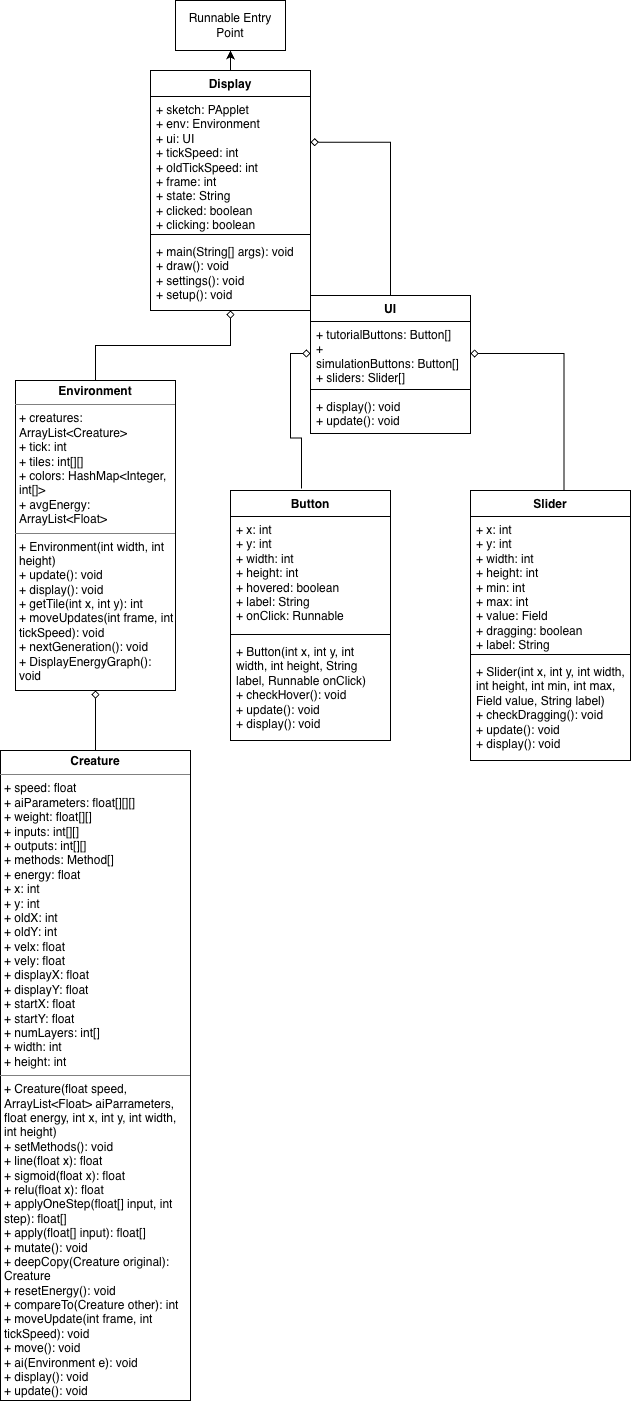
Above: docs/UML.png in Jonwu25/AdvProgrammingIndvProject (draw.io), before the change. Source tidied: cells renumbered, new cells last; positions are measured from the earlier drawing's top-left corner, leaving out a move shared by most shapes.
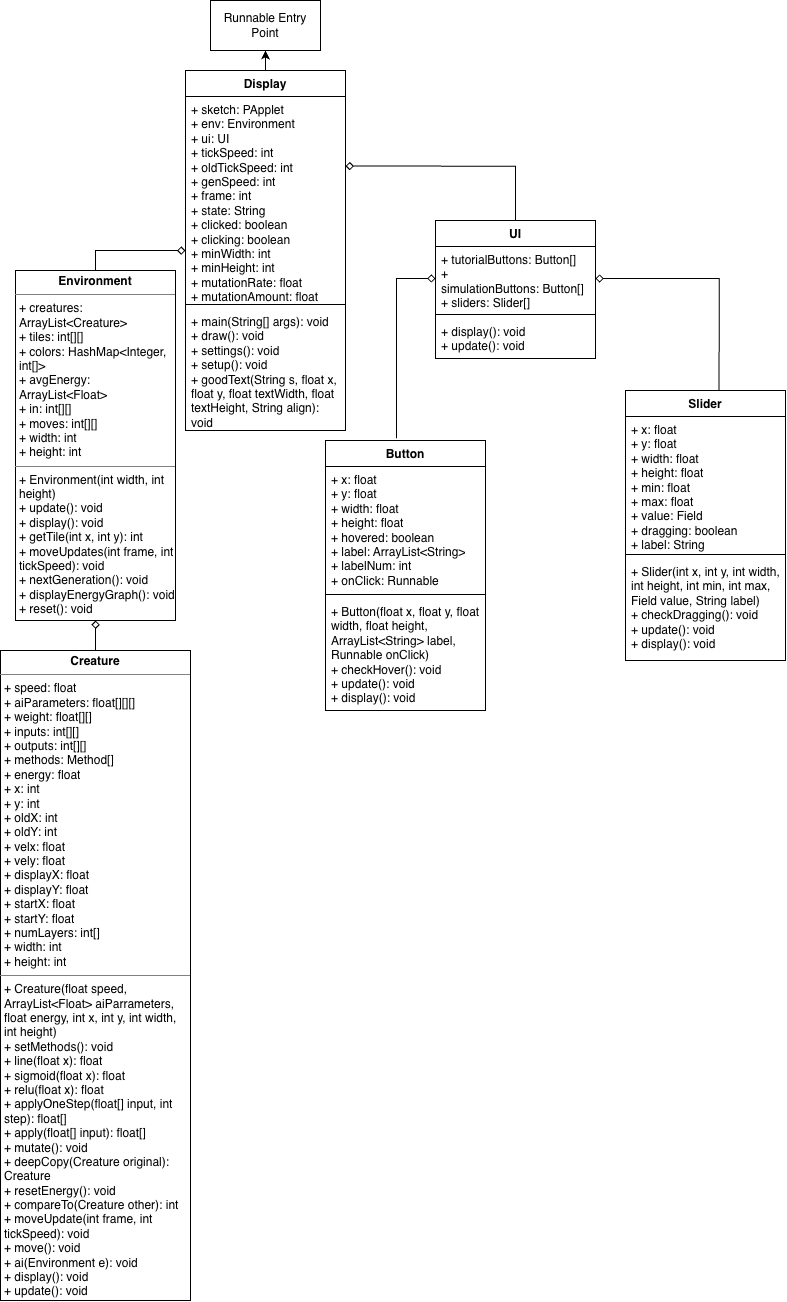
Above is the later version.

What changed in the source:
```diff
@@ -3,34 +3,34 @@
     <mxCell id="0" />
     <mxCell id="1" parent="0" />
     <mxCell id="2" value="Runnable Entry Point" style="html=1;whiteSpace=wrap;" parent="1" vertex="1">
-      <mxGeometry x="175" width="110" height="50" as="geometry" />
+      <mxGeometry x="175" y="-30" width="110" height="50" as="geometry" />
     </mxCell>
     <mxCell id="3" style="edgeStyle=orthogonalEdgeStyle;rounded=0;jettySize=auto;html=1;exitX=0.5;exitY=0;exitDx=0;exitDy=0;endArrow=diamond;endFill=0;" parent="1" edge="1" source="4" target="7">
       <mxGeometry relative="1" as="geometry" />
     </mxCell>
-    <mxCell id="4" value="&lt;p style=&quot;margin:0px;margin-top:4px;text-align:center;&quot;&gt;&lt;b&gt;Environment&lt;/b&gt;&lt;/p&gt;&lt;hr size=&quot;1&quot; style=&quot;border-style:solid;&quot;&gt;&lt;p style=&quot;margin:0px;margin-left:4px;&quot;&gt;+ creatures: ArrayList&amp;lt;Creature&amp;gt;&lt;/p&gt;&lt;p style=&quot;margin:0px;margin-left:4px;&quot;&gt;+ tick: int&lt;/p&gt;&lt;p style=&quot;margin:0px;margin-left:4px;&quot;&gt;+ tiles: int[][]&lt;/p&gt;&lt;p style=&quot;margin:0px;margin-left:4px;&quot;&gt;+ colors: HashMap&amp;lt;Integer, int[]&amp;gt;&lt;/p&gt;&lt;p style=&quot;margin:0px;margin-left:4px;&quot;&gt;+ avgEnergy: ArrayList&amp;lt;Float&amp;gt;&lt;/p&gt;&lt;hr size=&quot;1&quot; style=&quot;border-style:solid;&quot;&gt;&lt;p style=&quot;margin:0px;margin-left:4px;&quot;&gt;+ Environment(int width, int height)&lt;/p&gt;&lt;p style=&quot;margin:0px;margin-left:4px;&quot;&gt;+ update(): void&lt;/p&gt;&lt;p style=&quot;margin:0px;margin-left:4px;&quot;&gt;+ display(): void&lt;/p&gt;&lt;p style=&quot;margin:0px;margin-left:4px;&quot;&gt;+ getTile(int x, int y): int&lt;/p&gt;&lt;p style=&quot;margin:0px;margin-left:4px;&quot;&gt;+ moveUpdates(int frame, int tickSpeed): void&lt;/p&gt;&lt;p style=&quot;margin:0px;margin-left:4px;&quot;&gt;+ nextGeneration(): void&lt;/p&gt;&lt;p style=&quot;margin:0px;margin-left:4px;&quot;&gt;+ DisplayEnergyGraph(): void&lt;/p&gt;" style="verticalAlign=top;align=left;overflow=fill;html=1;whiteSpace=wrap;" parent="1" vertex="1">
-      <mxGeometry x="15" y="380" width="160" height="310" as="geometry" />
+    <mxCell id="4" value="&lt;p style=&quot;margin:0px;margin-top:4px;text-align:center;&quot;&gt;&lt;b&gt;Environment&lt;/b&gt;&lt;/p&gt;&lt;hr size=&quot;1&quot; style=&quot;border-style:solid;&quot;&gt;&lt;p style=&quot;margin:0px;margin-left:4px;&quot;&gt;+ creatures: ArrayList&amp;lt;Creature&amp;gt;&lt;/p&gt;&lt;p style=&quot;margin:0px;margin-left:4px;&quot;&gt;+ tiles: int[][]&lt;/p&gt;&lt;p style=&quot;margin:0px;margin-left:4px;&quot;&gt;+ colors: HashMap&amp;lt;Integer, int[]&amp;gt;&lt;/p&gt;&lt;p style=&quot;margin:0px;margin-left:4px;&quot;&gt;+ avgEnergy: ArrayList&amp;lt;Float&amp;gt;&lt;/p&gt;&lt;p style=&quot;margin:0px;margin-left:4px;&quot;&gt;+ in: int[][]&lt;/p&gt;&lt;p style=&quot;margin:0px;margin-left:4px;&quot;&gt;+ moves: int[][]&lt;/p&gt;&lt;p style=&quot;margin:0px;margin-left:4px;&quot;&gt;+ width: int&lt;/p&gt;&lt;p style=&quot;margin:0px;margin-left:4px;&quot;&gt;+ height: int&lt;/p&gt;&lt;hr size=&quot;1&quot; style=&quot;border-style:solid;&quot;&gt;&lt;p style=&quot;margin:0px;margin-left:4px;&quot;&gt;+ Environment(int width, int height)&lt;/p&gt;&lt;p style=&quot;margin:0px;margin-left:4px;&quot;&gt;+ update(): void&lt;/p&gt;&lt;p style=&quot;margin:0px;margin-left:4px;&quot;&gt;+ display(): void&lt;/p&gt;&lt;p style=&quot;margin:0px;margin-left:4px;&quot;&gt;+ getTile(int x, int y): int&lt;/p&gt;&lt;p style=&quot;margin:0px;margin-left:4px;&quot;&gt;+ moveUpdates(int frame, int tickSpeed): void&lt;/p&gt;&lt;p style=&quot;margin:0px;margin-left:4px;&quot;&gt;+ nextGeneration(): void&lt;/p&gt;&lt;p style=&quot;margin:0px;margin-left:4px;&quot;&gt;+ displayEnergyGraph(): void&lt;/p&gt;&lt;p style=&quot;margin:0px;margin-left:4px;&quot;&gt;+ reset(): void&lt;/p&gt;" style="verticalAlign=top;align=left;overflow=fill;html=1;whiteSpace=wrap;" parent="1" vertex="1">
+      <mxGeometry x="-20" y="240" width="160" height="350" as="geometry" />
     </mxCell>
     <mxCell id="5" style="edgeStyle=orthogonalEdgeStyle;rounded=0;jettySize=auto;html=1;exitX=0.5;exitY=0;exitDx=0;exitDy=0;endArrow=diamond;endFill=0;" parent="1" edge="1" source="6" target="4">
       <mxGeometry relative="1" as="geometry" />
     </mxCell>
     <mxCell id="6" value="&lt;p style=&quot;margin:0px;margin-top:4px;text-align:center;&quot;&gt;&lt;b&gt;Creature&lt;/b&gt;&lt;/p&gt;&lt;hr size=&quot;1&quot; style=&quot;border-style:solid;&quot;&gt;&lt;p style=&quot;margin:0px;margin-left:4px;&quot;&gt;+ speed: float&lt;/p&gt;&lt;p style=&quot;margin:0px;margin-left:4px;&quot;&gt;+ aiParameters: float[][][]&lt;/p&gt;&lt;p style=&quot;margin:0px;margin-left:4px;&quot;&gt;+ weight: float[][]&lt;/p&gt;&lt;p style=&quot;margin:0px;margin-left:4px;&quot;&gt;+ inputs: int[][]&lt;/p&gt;&lt;p style=&quot;margin:0px;margin-left:4px;&quot;&gt;+ outputs: int[][]&lt;/p&gt;&lt;p style=&quot;margin:0px;margin-left:4px;&quot;&gt;+ methods: Method[]&lt;/p&gt;&lt;p style=&quot;margin:0px;margin-left:4px;&quot;&gt;+ energy: float&lt;/p&gt;&lt;p style=&quot;margin:0px;margin-left:4px;&quot;&gt;+ x: int&lt;/p&gt;&lt;p style=&quot;margin:0px;margin-left:4px;&quot;&gt;+ y: int&lt;/p&gt;&lt;p style=&quot;margin:0px;margin-left:4px;&quot;&gt;+ oldX: int&lt;/p&gt;&lt;p style=&quot;margin:0px;margin-left:4px;&quot;&gt;+ oldY: int&lt;/p&gt;&lt;p style=&quot;margin:0px;margin-left:4px;&quot;&gt;+ velx: float&lt;/p&gt;&lt;p style=&quot;margin:0px;margin-left:4px;&quot;&gt;+ vely: float&lt;/p&gt;&lt;p style=&quot;margin:0px;margin-left:4px;&quot;&gt;+ displayX: float&lt;/p&gt;&lt;p style=&quot;margin:0px;margin-left:4px;&quot;&gt;+ displayY: float&lt;/p&gt;&lt;p style=&quot;margin:0px;margin-left:4px;&quot;&gt;+ startX: float&lt;/p&gt;&lt;p style=&quot;margin:0px;margin-left:4px;&quot;&gt;+ startY: float&lt;/p&gt;&lt;p style=&quot;margin:0px;margin-left:4px;&quot;&gt;+ numLayers: int[]&lt;/p&gt;&lt;p style=&quot;margin:0px;margin-left:4px;&quot;&gt;+ width: int&lt;/p&gt;&lt;p style=&quot;margin:0px;margin-left:4px;&quot;&gt;+ height: int&lt;/p&gt;&lt;hr size=&quot;1&quot; style=&quot;border-style:solid;&quot;&gt;&lt;p style=&quot;margin:0px;margin-left:4px;&quot;&gt;+ Creature(float speed, ArrayList&amp;lt;Float&amp;gt; aiParrameters, float energy, int x, int y, int width, int height)&lt;/p&gt;&lt;p style=&quot;margin:0px;margin-left:4px;&quot;&gt;+ setMethods(): void&lt;/p&gt;&lt;p style=&quot;margin:0px;margin-left:4px;&quot;&gt;+ line(float x): float&lt;/p&gt;&lt;p style=&quot;margin:0px;margin-left:4px;&quot;&gt;+ sigmoid(float x): float&lt;/p&gt;&lt;p style=&quot;margin:0px;margin-left:4px;&quot;&gt;+ relu(float x): float&lt;/p&gt;&lt;p style=&quot;margin:0px;margin-left:4px;&quot;&gt;+ applyOneStep(float[] input, int step): float[]&lt;/p&gt;&lt;p style=&quot;margin:0px;margin-left:4px;&quot;&gt;+ apply(float[] input): float[]&lt;/p&gt;&lt;p style=&quot;margin:0px;margin-left:4px;&quot;&gt;+ mutate(): void&lt;/p&gt;&lt;p style=&quot;margin:0px;margin-left:4px;&quot;&gt;+ deepCopy(Creature original): Creature&lt;/p&gt;&lt;p style=&quot;margin:0px;margin-left:4px;&quot;&gt;+ resetEnergy(): void&lt;/p&gt;&lt;p style=&quot;margin:0px;margin-left:4px;&quot;&gt;+ compareTo(Creature other): int&lt;/p&gt;&lt;p style=&quot;margin:0px;margin-left:4px;&quot;&gt;+ moveUpdate(int frame, int tickSpeed): void&lt;/p&gt;&lt;p style=&quot;margin:0px;margin-left:4px;&quot;&gt;+ move(): void&lt;/p&gt;&lt;p style=&quot;margin:0px;margin-left:4px;&quot;&gt;+ ai(Environment e): void&lt;/p&gt;&lt;p style=&quot;margin:0px;margin-left:4px;&quot;&gt;+ display(): void&lt;br&gt;+ update(): void&lt;/p&gt;" style="verticalAlign=top;align=left;overflow=fill;html=1;whiteSpace=wrap;" parent="1" vertex="1">
-      <mxGeometry y="750" width="190" height="650" as="geometry" />
+      <mxGeometry x="-35" y="620" width="190" height="650" as="geometry" />
     </mxCell>
     <mxCell id="7" value="Display" style="swimlane;fontStyle=1;align=center;verticalAlign=top;horizontal=1;startSize=26;whiteSpace=wrap;html=1;" parent="1" vertex="1">
-      <mxGeometry x="150" y="70" width="160" height="240" as="geometry" />
+      <mxGeometry x="150" y="40" width="160" height="360" as="geometry" />
     </mxCell>
-    <mxCell id="8" value="&lt;div&gt;+ sketch: PApplet&lt;/div&gt;+ env: Environment&lt;div&gt;+ ui: UI&lt;/div&gt;&lt;div&gt;+ tickSpeed: int&lt;/div&gt;&lt;div&gt;+ oldTickSpeed: int&lt;/div&gt;&lt;div&gt;+ frame: int&lt;/div&gt;&lt;div&gt;+ state: String&lt;/div&gt;&lt;div&gt;+ clicked: boolean&lt;/div&gt;&lt;div&gt;+ clicking: boolean&lt;/div&gt;" style="text;strokeColor=none;fillColor=none;align=left;verticalAlign=top;spacingLeft=4;spacingRight=4;overflow=hidden;points=[[0,0.5],[1,0.5]];portConstraint=eastwest;whiteSpace=wrap;html=1;" parent="7" vertex="1">
-      <mxGeometry y="26" width="160" height="134" as="geometry" />
+    <mxCell id="8" value="&lt;div&gt;+ sketch: PApplet&lt;/div&gt;+ env: Environment&lt;div&gt;+ ui: UI&lt;/div&gt;&lt;div&gt;+ tickSpeed: int&lt;/div&gt;&lt;div&gt;+ oldTickSpeed: int&lt;/div&gt;&lt;div&gt;+ genSpeed: int&lt;/div&gt;&lt;div&gt;+ frame: int&lt;/div&gt;&lt;div&gt;+ state: String&lt;/div&gt;&lt;div&gt;+ clicked: boolean&lt;/div&gt;&lt;div&gt;+ clicking: boolean&lt;/div&gt;&lt;div&gt;+ minWidth: int&lt;/div&gt;&lt;div&gt;+ minHeight: int&lt;/div&gt;&lt;div&gt;+ mutationRate: float&lt;/div&gt;&lt;div&gt;+ mutationAmount: float&lt;/div&gt;" style="text;strokeColor=none;fillColor=none;align=left;verticalAlign=top;spacingLeft=4;spacingRight=4;overflow=hidden;points=[[0,0.5],[1,0.5]];portConstraint=eastwest;whiteSpace=wrap;html=1;" parent="7" vertex="1">
+      <mxGeometry y="26" width="160" height="204" as="geometry" />
     </mxCell>
     <mxCell id="9" style="line;strokeWidth=1;fillColor=none;align=left;verticalAlign=middle;spacingTop=-1;spacingLeft=3;spacingRight=3;labelPosition=right;strokeColor=inherit;" parent="7" vertex="1">
-      <mxGeometry y="160" width="160" height="8" as="geometry" />
+      <mxGeometry y="230" width="160" height="8" as="geometry" />
     </mxCell>
-    <mxCell id="10" value="&lt;div&gt;+ main(String[] args): void&lt;/div&gt;&lt;div&gt;+ draw(): void&lt;/div&gt;+ settings(): void&lt;div&gt;+ setup(): void&lt;/div&gt;" style="text;strokeColor=none;fillColor=none;align=left;verticalAlign=top;spacingLeft=4;spacingRight=4;overflow=hidden;whiteSpace=wrap;html=1;" parent="7" vertex="1">
-      <mxGeometry y="168" width="160" height="72" as="geometry" />
+    <mxCell id="10" value="&lt;div&gt;+ main(String[] args): void&lt;/div&gt;&lt;div&gt;+ draw(): void&lt;/div&gt;+ settings(): void&lt;div&gt;+ setup(): void&lt;/div&gt;&lt;div&gt;+ goodText(String s, float x, float y, float textWidth, float textHeight, String align): void&lt;/div&gt;" style="text;strokeColor=none;fillColor=none;align=left;verticalAlign=top;spacingLeft=4;spacingRight=4;overflow=hidden;whiteSpace=wrap;html=1;" parent="7" vertex="1">
+      <mxGeometry y="238" width="160" height="122" as="geometry" />
     </mxCell>
     <mxCell id="11" value="UI" style="swimlane;fontStyle=1;align=center;verticalAlign=top;horizontal=1;startSize=26;whiteSpace=wrap;html=1;" parent="1" vertex="1">
-      <mxGeometry x="310" y="295" width="160" height="138" as="geometry" />
+      <mxGeometry x="400" y="190" width="160" height="138" as="geometry" />
     </mxCell>
     <mxCell id="12" value="&lt;div&gt;+ tutorialButtons:&amp;nbsp;&lt;span style=&quot;background-color: transparent; color: light-dark(rgb(0, 0, 0), rgb(255, 255, 255));&quot;&gt;Button[]&lt;/span&gt;&lt;/div&gt;&lt;div&gt;+ simulationButtons:&amp;nbsp;&lt;span style=&quot;background-color: transparent; color: light-dark(rgb(0, 0, 0), rgb(255, 255, 255));&quot;&gt;Button[]&lt;/span&gt;&lt;/div&gt;&lt;div&gt;+ sliders:&amp;nbsp;&lt;span style=&quot;background-color: transparent; color: light-dark(rgb(0, 0, 0), rgb(255, 255, 255));&quot;&gt;Slider[]&lt;/span&gt;&lt;/div&gt;" style="text;strokeColor=none;fillColor=none;align=left;verticalAlign=top;spacingLeft=4;spacingRight=4;overflow=hidden;points=[[0,0.5],[1,0.5]];portConstraint=eastwest;whiteSpace=wrap;html=1;" parent="11" vertex="1">
       <mxGeometry y="26" width="160" height="64" as="geometry" />
@@ -48,9 +48,9 @@
       <mxGeometry relative="1" as="geometry" />
     </mxCell>
     <mxCell id="17" value="Slider" style="swimlane;fontStyle=1;align=center;verticalAlign=top;horizontal=1;startSize=26;whiteSpace=wrap;html=1;" parent="1" vertex="1">
-      <mxGeometry x="470" y="490" width="160" height="270" as="geometry" />
+      <mxGeometry x="590" y="360" width="160" height="270" as="geometry" />
     </mxCell>
-    <mxCell id="18" value="+ x: int&lt;div&gt;+ y: int&lt;/div&gt;&lt;div&gt;+ width: int&lt;/div&gt;&lt;div&gt;+ height: int&lt;/div&gt;&lt;div&gt;+ min: int&lt;/div&gt;&lt;div&gt;+ max: int&lt;/div&gt;&lt;div&gt;+ value: Field&lt;/div&gt;&lt;div&gt;+ dragging: boolean&lt;/div&gt;&lt;div&gt;+ label: String&lt;/div&gt;" style="text;strokeColor=none;fillColor=none;align=left;verticalAlign=top;spacingLeft=4;spacingRight=4;overflow=hidden;whiteSpace=wrap;html=1;" parent="17" vertex="1">
+    <mxCell id="18" value="+ x: float&lt;div&gt;+ y: float&lt;/div&gt;&lt;div&gt;+ width: float&lt;/div&gt;&lt;div&gt;+ height: float&lt;/div&gt;&lt;div&gt;+ min: float&lt;/div&gt;&lt;div&gt;+ max: float&lt;/div&gt;&lt;div&gt;+ value: Field&lt;/div&gt;&lt;div&gt;+ dragging: boolean&lt;/div&gt;&lt;div&gt;+ label: String&lt;/div&gt;" style="text;strokeColor=none;fillColor=none;align=left;verticalAlign=top;spacingLeft=4;spacingRight=4;overflow=hidden;whiteSpace=wrap;html=1;" parent="17" vertex="1">
       <mxGeometry y="26" width="160" height="134" as="geometry" />
     </mxCell>
     <mxCell id="19" style="line;strokeWidth=1;fillColor=none;align=left;verticalAlign=middle;spacingTop=-1;spacingLeft=3;spacingRight=3;labelPosition=right;strokeColor=inherit;" parent="17" vertex="1">
@@ -60,16 +60,16 @@
       <mxGeometry y="168" width="160" height="102" as="geometry" />
     </mxCell>
     <mxCell id="21" value="Button" style="swimlane;fontStyle=1;align=center;verticalAlign=top;horizontal=1;startSize=26;whiteSpace=wrap;html=1;" parent="1" vertex="1">
-      <mxGeometry x="230" y="490" width="160" height="250" as="geometry" />
+      <mxGeometry x="290" y="410" width="160" height="270" as="geometry" />
     </mxCell>
-    <mxCell id="22" value="+ x: int&lt;div&gt;+ y: int&lt;/div&gt;&lt;div&gt;+ width: int&lt;/div&gt;&lt;div&gt;+ height: int&lt;/div&gt;&lt;div&gt;+ hovered: boolean&lt;/div&gt;&lt;div&gt;+ label: String&lt;/div&gt;&lt;div&gt;+ onClick: Runnable&lt;/div&gt;" style="text;strokeColor=none;fillColor=none;align=left;verticalAlign=top;spacingLeft=4;spacingRight=4;overflow=hidden;whiteSpace=wrap;html=1;" parent="21" vertex="1">
-      <mxGeometry y="26" width="160" height="114" as="geometry" />
+    <mxCell id="22" value="+ x: float&lt;div&gt;+ y: float&lt;/div&gt;&lt;div&gt;+ width: float&lt;/div&gt;&lt;div&gt;+ height: float&lt;/div&gt;&lt;div&gt;+ hovered: boolean&lt;/div&gt;&lt;div&gt;+ label: ArrayList&amp;lt;String&amp;gt;&lt;/div&gt;&lt;div&gt;+ labelNum: int&lt;/div&gt;&lt;div&gt;+ onClick: Runnable&lt;/div&gt;" style="text;strokeColor=none;fillColor=none;align=left;verticalAlign=top;spacingLeft=4;spacingRight=4;overflow=hidden;whiteSpace=wrap;html=1;" parent="21" vertex="1">
+      <mxGeometry y="26" width="160" height="124" as="geometry" />
     </mxCell>
     <mxCell id="23" style="line;strokeWidth=1;fillColor=none;align=left;verticalAlign=middle;spacingTop=-1;spacingLeft=3;spacingRight=3;labelPosition=right;strokeColor=inherit;" parent="21" vertex="1">
-      <mxGeometry y="140" width="160" height="8" as="geometry" />
+      <mxGeometry y="150" width="160" height="8" as="geometry" />
     </mxCell>
-    <mxCell id="24" value="+ Button(int x, int y, int width, int height, String label, Runnable onClick)&lt;div&gt;+ checkHover(): void&lt;/div&gt;&lt;div&gt;+ update(): void&lt;/div&gt;&lt;div&gt;+ display(): void&lt;/div&gt;" style="text;strokeColor=none;fillColor=none;align=left;verticalAlign=top;spacingLeft=4;spacingRight=4;overflow=hidden;whiteSpace=wrap;html=1;" parent="21" vertex="1">
-      <mxGeometry y="148" width="160" height="102" as="geometry" />
+    <mxCell id="24" value="+ Button(float x, float y, float width, float height, ArrayList&amp;lt;String&amp;gt; label, Runnable onClick)&lt;div&gt;+ checkHover(): void&lt;/div&gt;&lt;div&gt;+ update(): void&lt;/div&gt;&lt;div&gt;+ display(): void&lt;/div&gt;" style="text;strokeColor=none;fillColor=none;align=left;verticalAlign=top;spacingLeft=4;spacingRight=4;overflow=hidden;whiteSpace=wrap;html=1;" parent="21" vertex="1">
+      <mxGeometry y="158" width="160" height="112" as="geometry" />
     </mxCell>
     <mxCell id="25" style="edgeStyle=orthogonalEdgeStyle;rounded=0;jettySize=auto;html=1;exitX=0.585;exitY=-0.002;exitDx=0;exitDy=0;endArrow=diamond;endFill=0;entryX=1;entryY=0.5;entryDx=0;entryDy=0;exitPerimeter=0;" parent="1" edge="1" source="17" target="12">
       <mxGeometry relative="1" as="geometry" />
```
